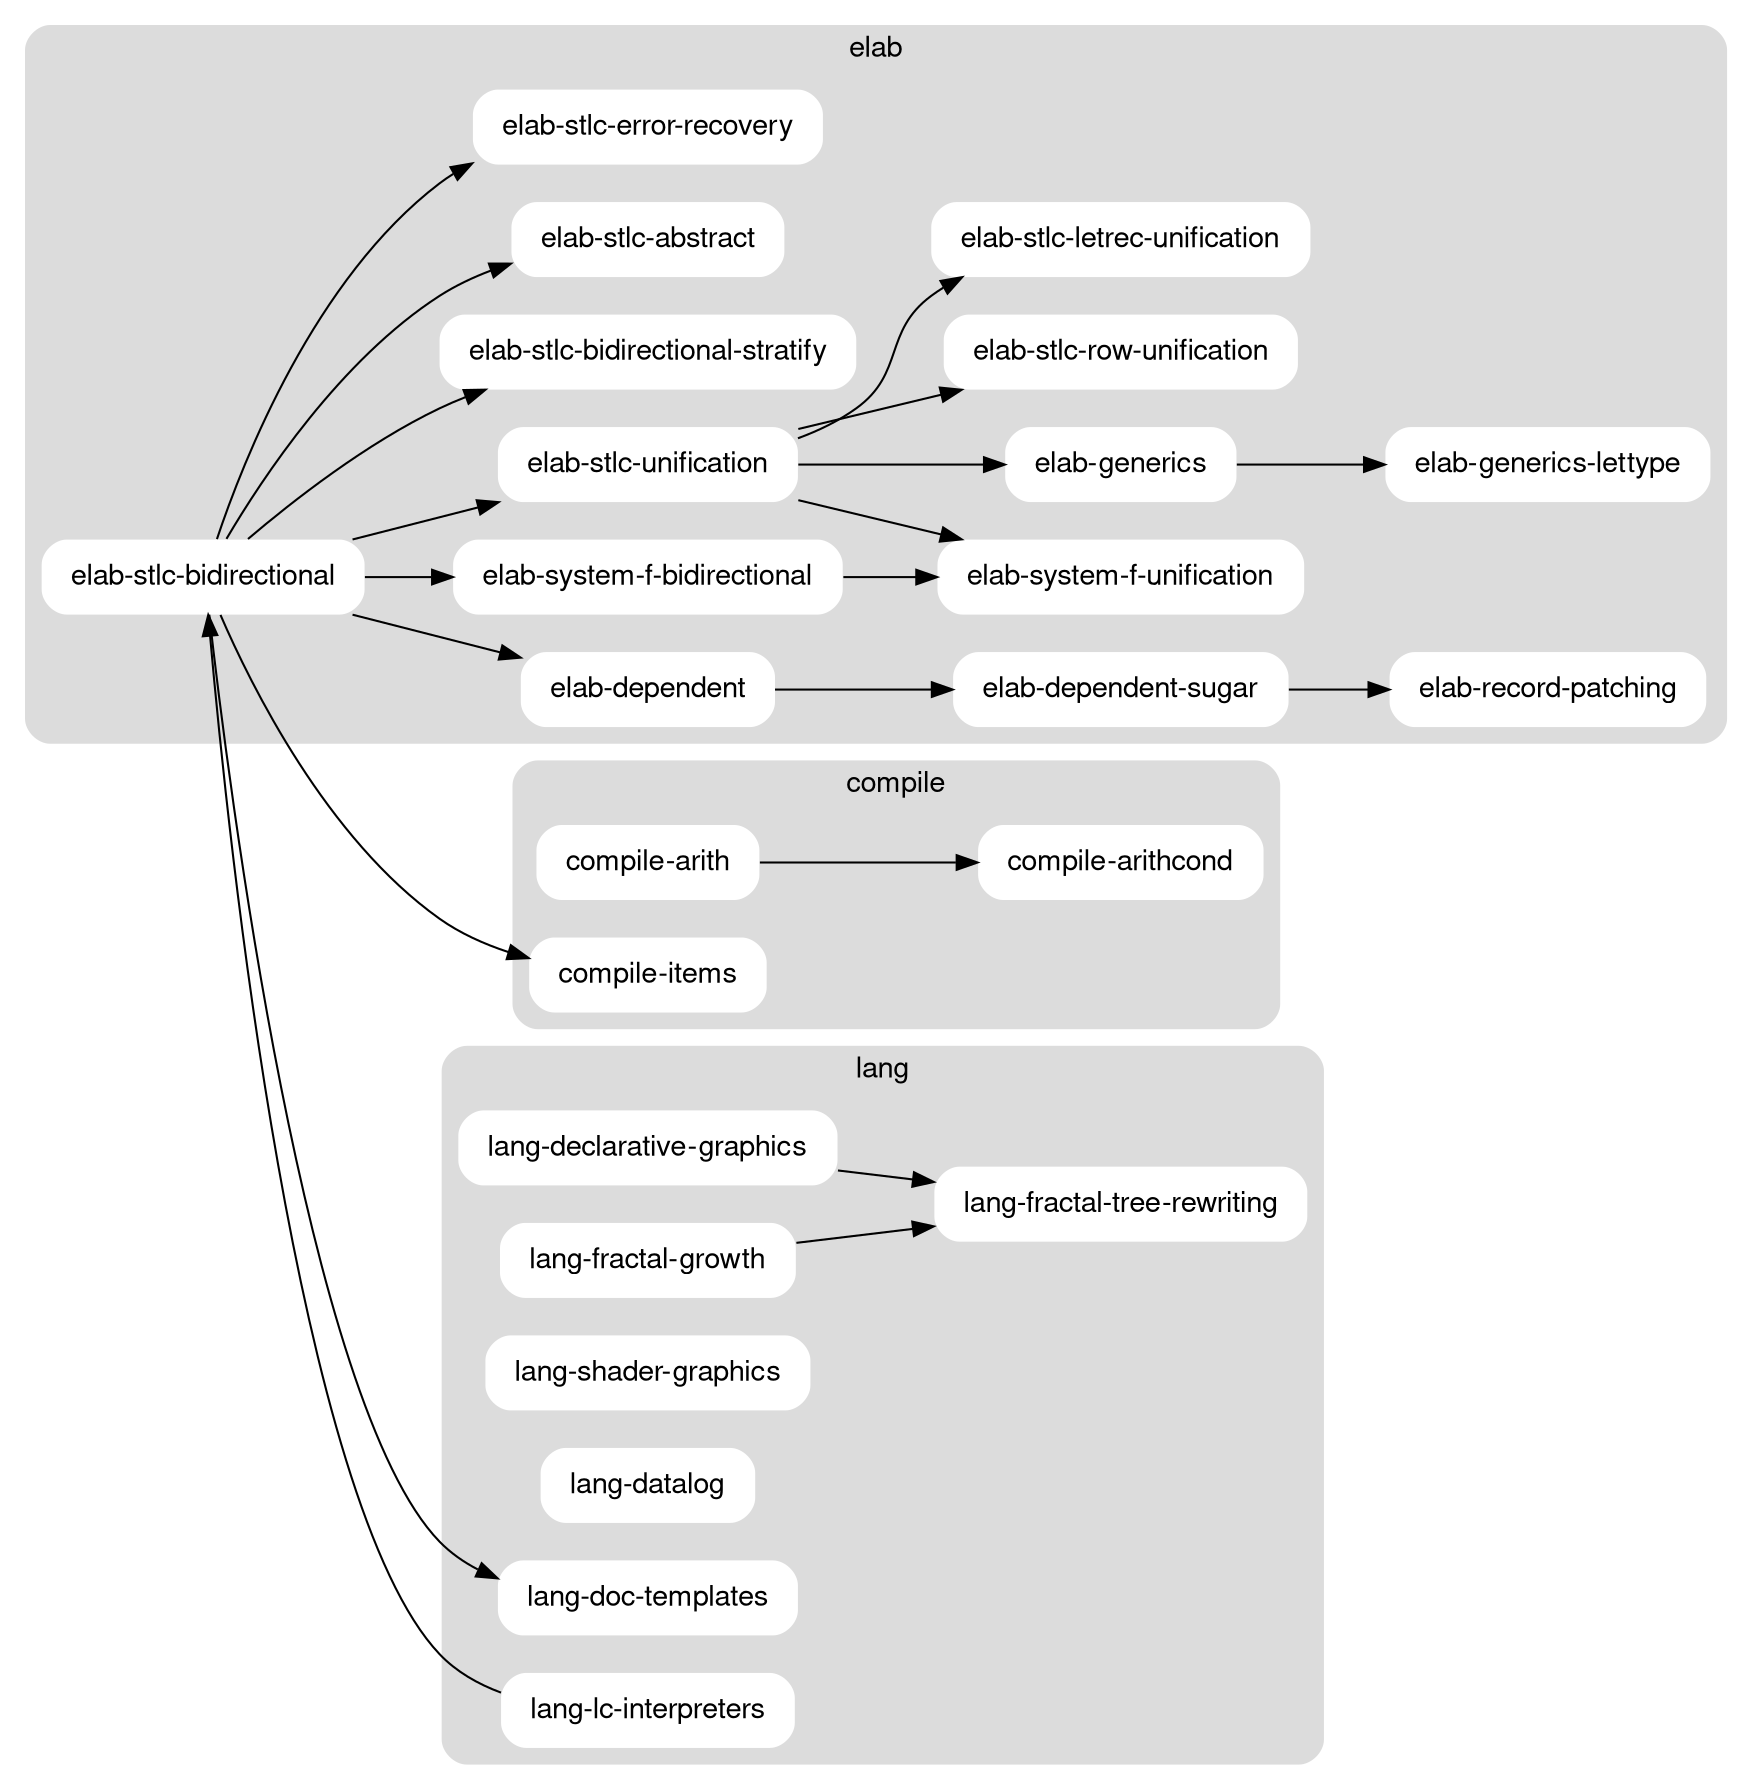
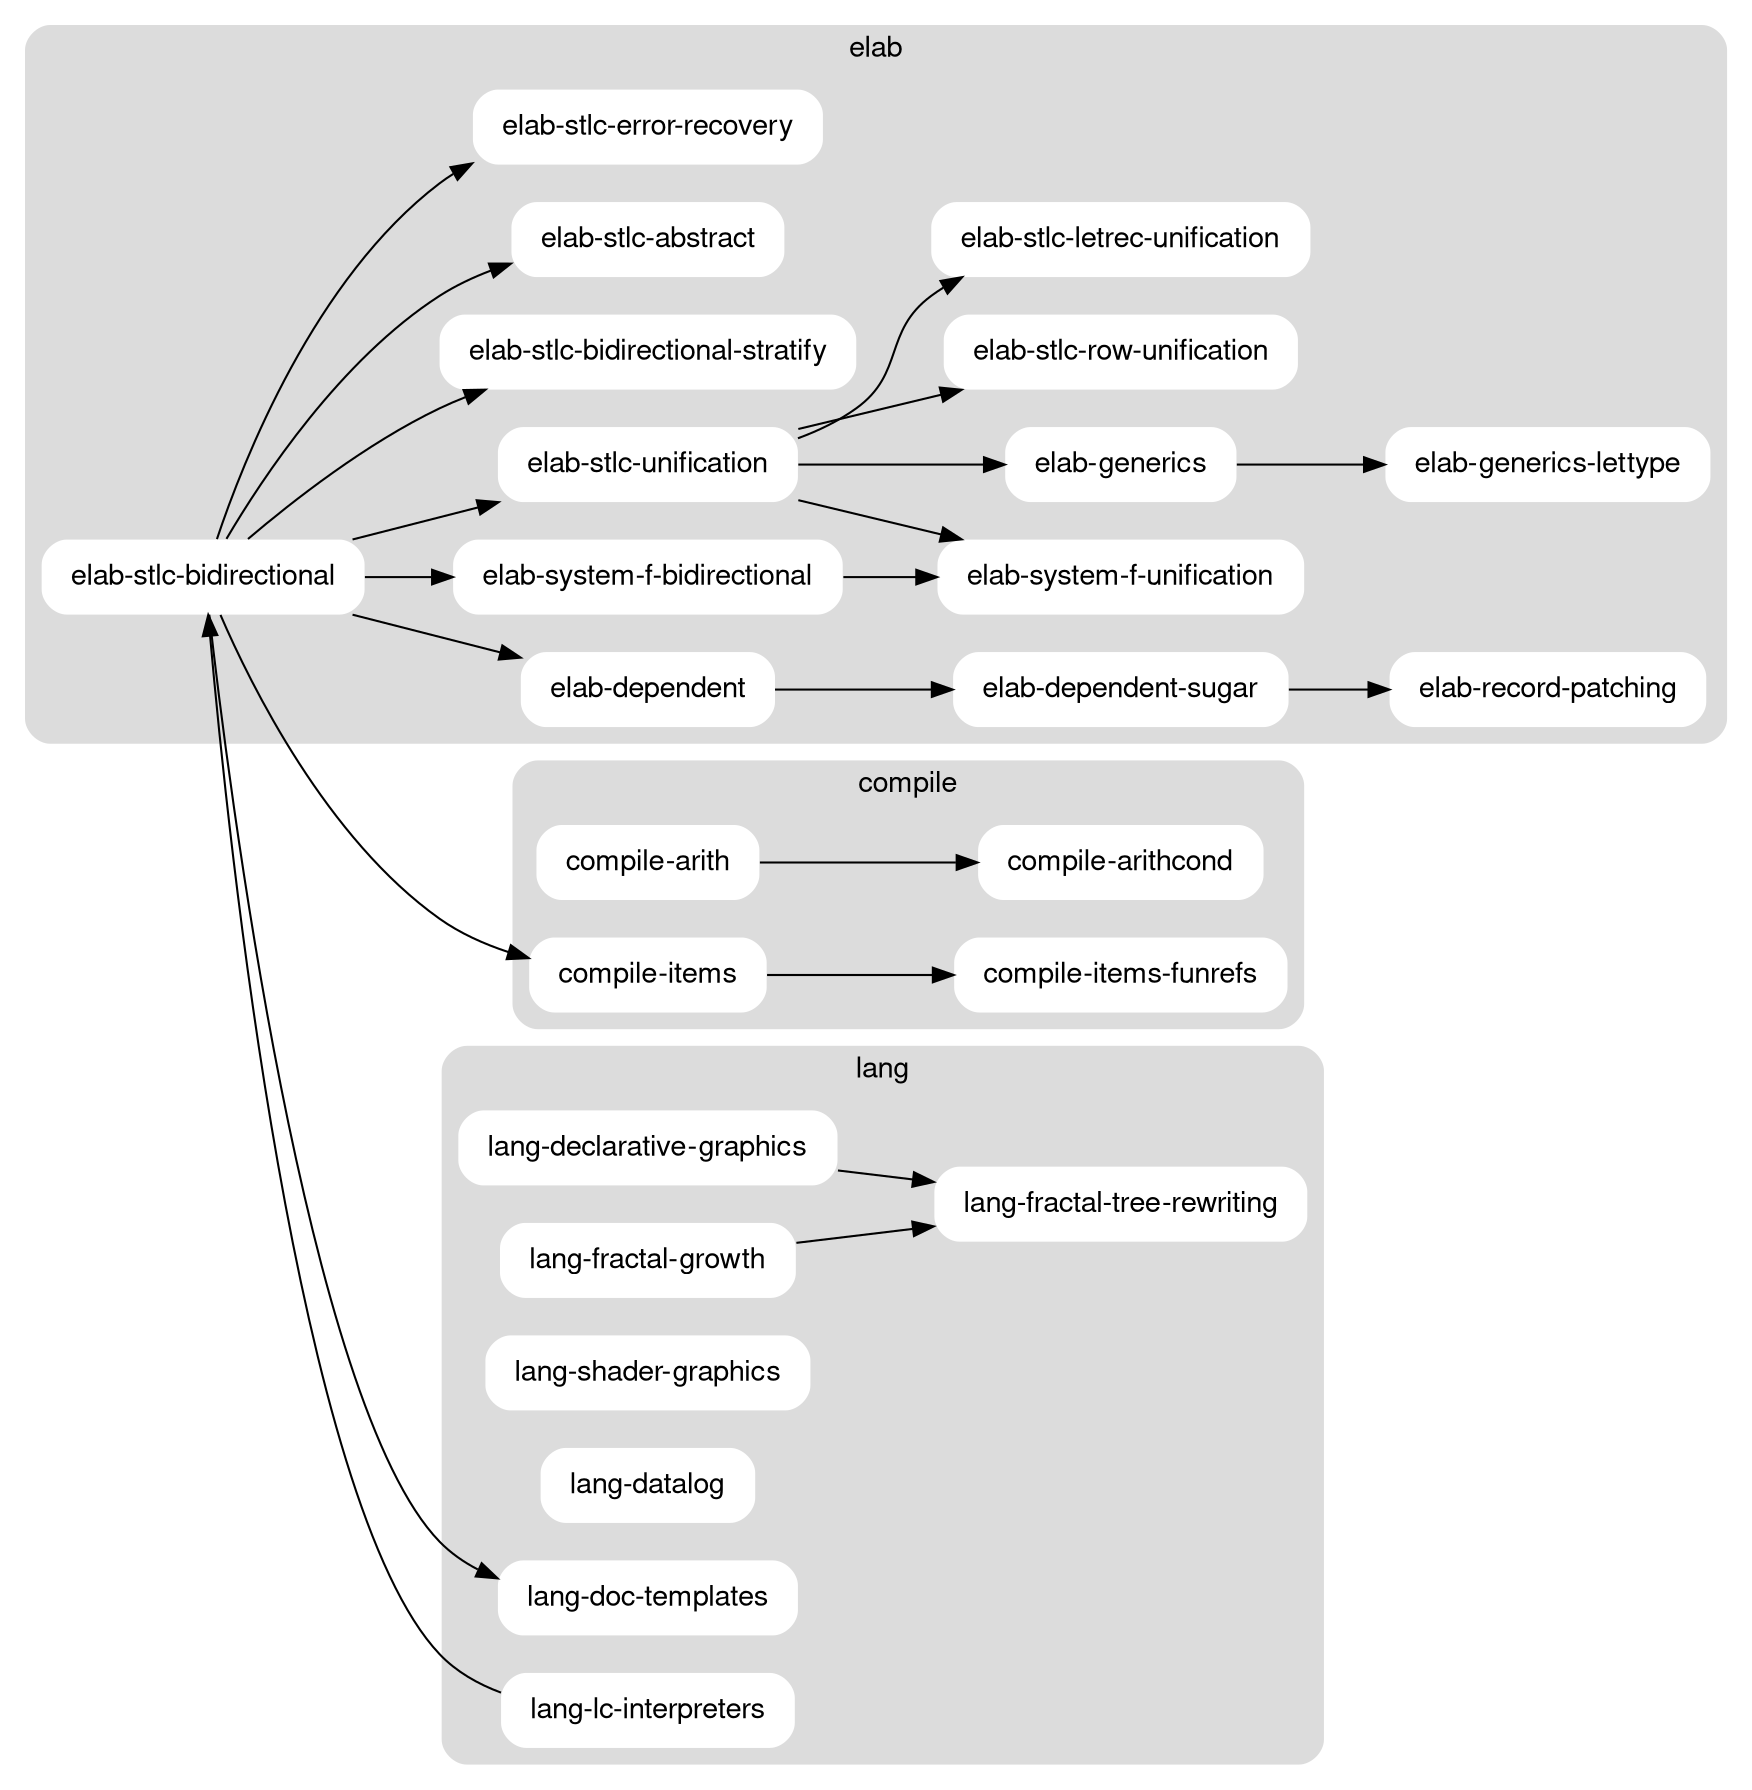
// dot -Tsvg garden.dot > garden.svg
// dot -Tpng garden.dot | imgcat

digraph garden {

  graph [
    color = "none",
    fillcolor = "gainsboro",
    fontname = "Helvetica,Arial,sans-serif",
    rankdir = LR,
    style = "filled, rounded",
  ];

  node [
    color = "none",
    fillcolor = "white",
    fontname = "Helvetica,Arial,sans-serif",
    margin = "0.2, 0.0",
    shape = "box",
    style = "filled, rounded",
  ];

  // NOTE: Subgraphs and nodes are listed in reverse order to how we’d like
  //       them to appear in the rendered graph

  subgraph elab {
    label = "elab";
    cluster = true;

    "elab-dependent";
    "elab-dependent-sugar";
    "elab-record-patching";

    "elab-system-f-bidirectional";
    "elab-system-f-unification";

    "elab-generics";
    "elab-generics-lettype";

    "elab-stlc-bidirectional";
    "elab-stlc-unification";
    "elab-stlc-bidirectional-stratify";
    "elab-stlc-abstract";
    "elab-stlc-row-unification";
    "elab-stlc-letrec-unification";
    "elab-stlc-error-recovery";
  }

  subgraph compile {
    label = "compile";
    cluster = true;

    "compile-arith";
    "compile-arithcond";
    "compile-items";
+     "compile-items-funrefs";
  }

  subgraph lang {
    label = "lang";
    cluster = true;

    "lang-declarative-graphics";
    "lang-fractal-growth";
    "lang-fractal-tree-rewriting";
    "lang-shader-graphics";
    "lang-datalog";
    "lang-doc-templates";
    "lang-lc-interpreters";
  }

  "elab-stlc-bidirectional" -> "elab-stlc-error-recovery";
  "elab-stlc-bidirectional" -> "elab-stlc-bidirectional-stratify";
  "elab-stlc-bidirectional" -> "elab-stlc-unification";
  "elab-stlc-bidirectional" -> "elab-stlc-abstract";
  "elab-stlc-bidirectional" -> "elab-system-f-bidirectional";
  "elab-stlc-bidirectional" -> "elab-dependent";
  "elab-stlc-bidirectional" -> "lang-doc-templates";
  "elab-stlc-bidirectional" -> "compile-items";
  "elab-stlc-unification" -> "elab-stlc-letrec-unification";
  "elab-stlc-unification" -> "elab-stlc-row-unification";
  "elab-stlc-unification" -> "elab-generics";
  "elab-stlc-unification" -> "elab-system-f-unification";
  "elab-generics" -> "elab-generics-lettype";
  "elab-system-f-bidirectional" -> "elab-system-f-unification";
  "elab-dependent" -> "elab-dependent-sugar";
  "elab-dependent-sugar" -> "elab-record-patching";
  "compile-arith" -> "compile-arithcond";
+   "compile-items" -> "compile-items-funrefs";
  "lang-lc-interpreters" -> "elab-stlc-bidirectional";
  "lang-fractal-growth" -> "lang-fractal-tree-rewriting";
  "lang-declarative-graphics" -> "lang-fractal-tree-rewriting";

}
